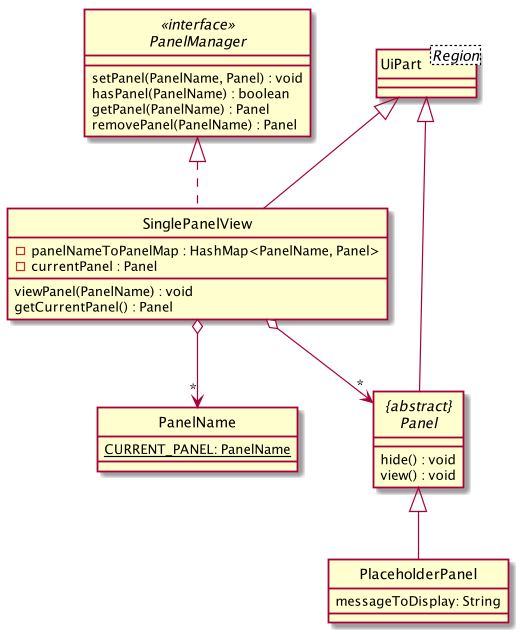
Before: docs/images/SinglePanelViewClassDiagram.png, a diagram exported from PlantUML (nus-cs2103-AY1920S1/addressbook-level3). Its diagram source:
```plantuml
@startuml
hide circle

class UiPart<Region>


class PanelName {
    {static} CURRENT_PANEL: PanelName
}

class PlaceholderPanel {
    messageToDisplay: String
}

class SinglePanelView {
    -panelNameToPanelMap : HashMap<PanelName, Panel>
    -currentPanel : Panel
    viewPanel(PanelName) : void
    getCurrentPanel() : Panel
}

interface PanelManager <<interface>> {
    setPanel(PanelName, Panel) : void
    hasPanel(PanelName) : boolean
    getPanel(PanelName) : Panel
    removePanel(PanelName) : Panel
}

abstract "{abstract}\nPanel" {
    hide() : void
    view() : void
}


PanelManager <|.. SinglePanelView
UiPart <|-- SinglePanelView
UiPart <|-- "{abstract}\nPanel"
"{abstract}\nPanel" <|-- PlaceholderPanel
SinglePanelView o--> "*" "{abstract}\nPanel"
SinglePanelView o--> "*" PanelName
@enduml
```
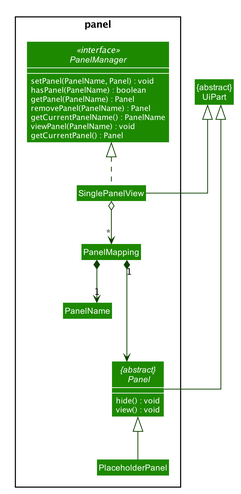
The same diagram one commit later.

What changed in the source:
```diff
@@ -1,41 +1,98 @@
 @startuml
+
+
+
+
+
+
+
+
+skinparam BackgroundColor #FFFFFFF
+
+skinparam Shadowing false
+
+skinparam Class {
+    FontColor #FFFFFF
+    BorderThickness 1
+    BorderColor #FFFFFF
+    StereotypeFontColor #FFFFFF
+    FontName Arial
+}
+
+skinparam Actor {
+    BorderColor #000000
+    Color #000000
+    FontName Arial
+}
+
+skinparam Sequence {
+    MessageAlign center
+    BoxFontSize 15
+    BoxPadding 0
+    BoxFontColor #FFFFFF
+    FontName Arial
+}
+
+skinparam Participant {
+    FontColor #FFFFFFF
+    Padding 20
+}
+
+skinparam MinClassWidth 50
+skinparam ParticipantPadding 10
+skinparam Shadowing false
+skinparam DefaultTextAlignment center
+skinparam packageStyle Rectangle
+
+hide footbox
+hide members
 hide circle
 
-class UiPart<Region>
+skinparam arrowThickness 1.1
+skinparam arrowColor #0E4100
+skinparam classBackgroundColor #1D8900
+skinparam classBorderColor White
+skinparam classFontColor White
+skinparam classAttributeFontColor white
+skinparam linetype ortho
 
-
-class PanelName {
-    {static} CURRENT_PANEL: PanelName
-}
-
-class PlaceholderPanel {
-    messageToDisplay: String
-}
-
-class SinglePanelView {
-    -panelNameToPanelMap : HashMap<PanelName, Panel>
-    -currentPanel : Panel
-    viewPanel(PanelName) : void
-    getCurrentPanel() : Panel
+Class "{abstract}\nUiPart" as UiPart
+package panel {
+interface PanelManager
+class PanelName
+class SinglePanelView
+class PanelMapping
+abstract "{abstract}\n Panel" as panel
+class PlaceholderPanel
 }
 
 interface PanelManager <<interface>> {
-    setPanel(PanelName, Panel) : void
-    hasPanel(PanelName) : boolean
-    getPanel(PanelName) : Panel
-    removePanel(PanelName) : Panel
+setPanel(PanelName, Panel) : void
+hasPanel(PanelName) : boolean
+getPanel(PanelName) : Panel
+removePanel(PanelName) : Panel
+getCurrentPanelName() : PanelName
+viewPanel(PanelName) : void
+getCurrentPanel() : Panel
+}
+show PanelManager members
+
+abstract "{abstract}\nPanel" as panel {
+hide() : void
+view() : void
 }
 
-abstract "{abstract}\nPanel" {
-    hide() : void
-    view() : void
-}
-
+show panel members
 
 PanelManager <|.. SinglePanelView
 UiPart <|-- SinglePanelView
-UiPart <|-- "{abstract}\nPanel"
-"{abstract}\nPanel" <|-- PlaceholderPanel
-SinglePanelView o--> "*" "{abstract}\nPanel"
-SinglePanelView o--> "*" PanelName
+UiPart <|-- panel
+panel <|-- PlaceholderPanel
+SinglePanelView "*" o--> PanelMapping
+PanelMapping *---> "1" panel
+PanelMapping "1"*-->  PanelName
+
+
+
+
 @enduml
```
